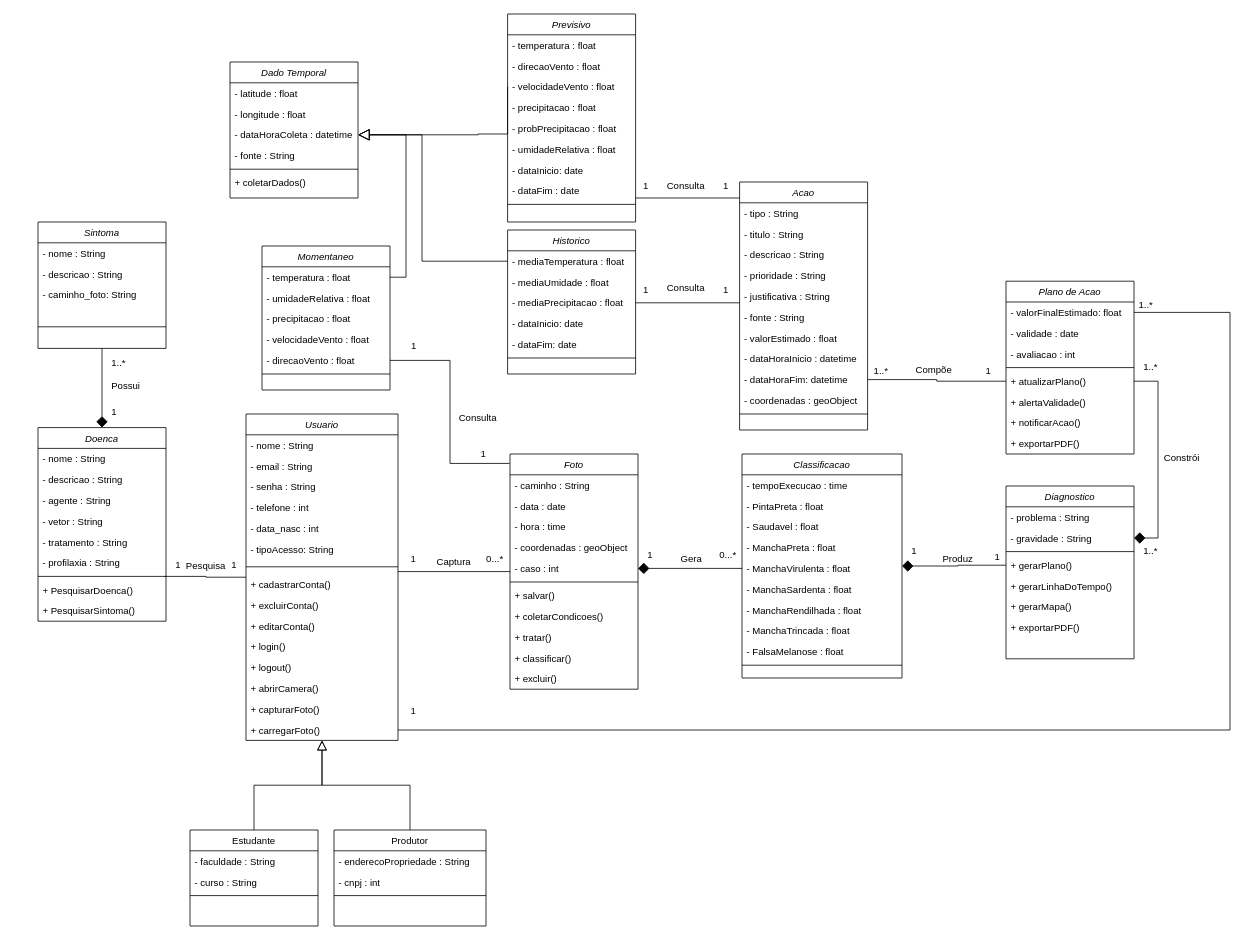
Above: uml/classes_blackspot.drawio in guilhermexmada/pi-ponskan (draw.io), before the change. Source tidied: cells renumbered, new cells numbered last; positions are measured from the earlier drawing's top-left corner, leaving out a move shared by most shapes. Both pictures are drawn from the tidied source at 80%, with x=0, y=0 at pixel (14, 14).
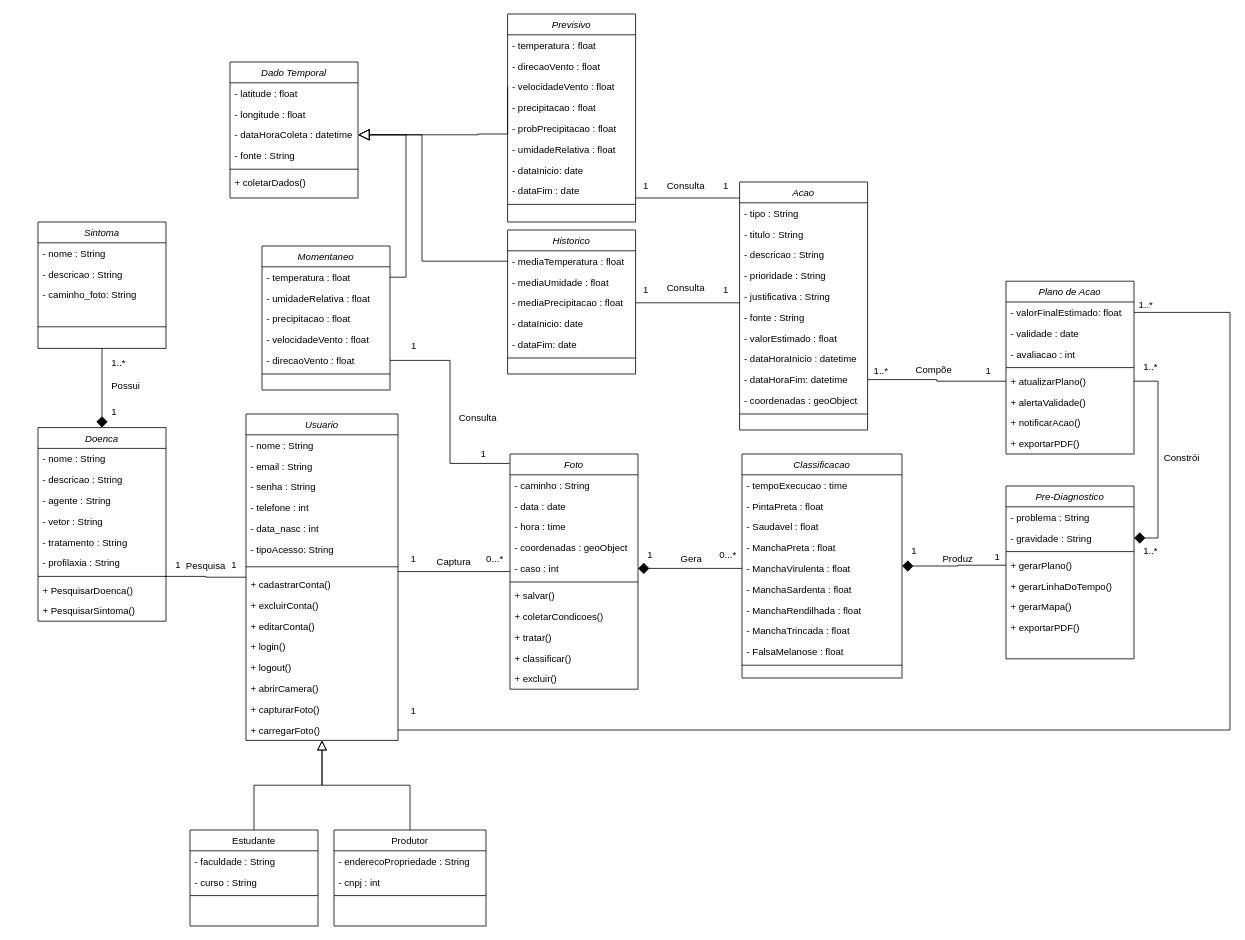
Above is the later version.

The change refers to these unchanged cells:
```xml
<mxCell id="138" style="group;" parent="137" vertex="1">
  <mxGeometry width="190" height="240" as="geometry" />
</mxCell>
```

The edit, as a diff of the source:
```diff
@@
-    <mxCell id="139" value="Diagnostico" style="swimlane;fontStyle=2;align=center;verticalAlign=top;horizontal=1;startSize=26;rounded=0;shadow=0;strokeWidth=1;" parent="138" vertex="1">
+    <mxCell id="139" value="Pre-Diagnostico" style="swimlane;fontStyle=2;align=center;verticalAlign=top;horizontal=1;startSize=26;rounded=0;shadow=0;strokeWidth=1;" parent="138" vertex="1">
       <mxGeometry x="30" width="160" height="216" as="geometry" />
     </mxCell>
```
